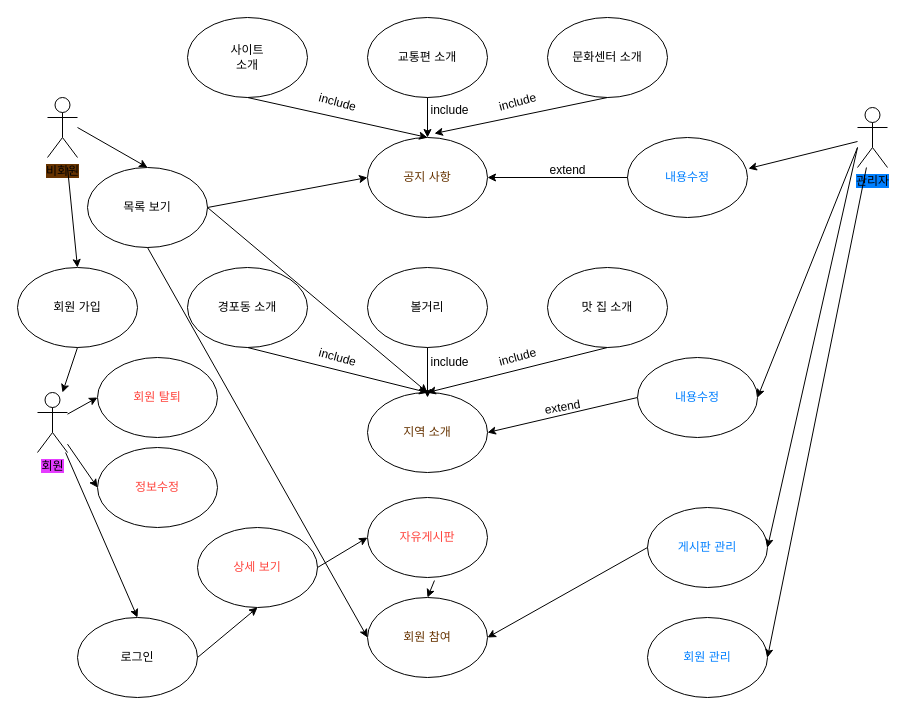
hololollo/pro01 keeps this draw.io diagram as design/usecase.drawio. Above is the earlier version. Source tidied: cells renumbered, new cells numbered last; positions are measured from the earlier drawing's top-left corner, leaving out a move shared by most shapes. Both pictures are drawn from the tidied source at 100%, with x=0, y=0 at pixel (17, 17).
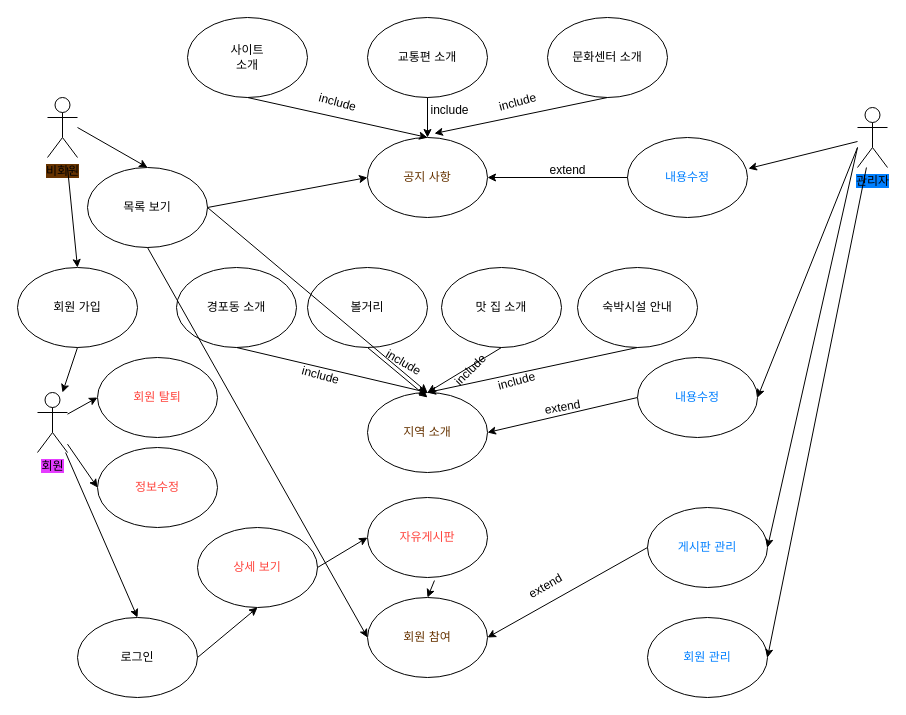
Above is the later version.

Unchanged cells that the change refers to:
```xml
<mxCell id="16" value="&lt;font color=&quot;#663300&quot;&gt;지역 소개&lt;/font&gt;" style="ellipse;whiteSpace=wrap;html=1;" parent="1" vertex="1">
  <mxGeometry x="350" y="375" width="120" height="80" as="geometry" />
</mxCell>
```

Change to the diagram source:
```diff
@@
     <mxCell id="17" value="경포동 소개" style="ellipse;whiteSpace=wrap;html=1;" parent="1" vertex="1">
-      <mxGeometry x="170" y="250" width="120" height="80" as="geometry" />
+      <mxGeometry x="159" y="250" width="120" height="80" as="geometry" />
     </mxCell>
     <mxCell id="18" value="볼거리" style="ellipse;whiteSpace=wrap;html=1;" parent="1" vertex="1">
-      <mxGeometry x="350" y="250" width="120" height="80" as="geometry" />
+      <mxGeometry x="290" y="250" width="120" height="80" as="geometry" />
     </mxCell>
     <mxCell id="19" value="맛 집 소개" style="ellipse;whiteSpace=wrap;html=1;" parent="1" vertex="1">
-      <mxGeometry x="530" y="250" width="120" height="80" as="geometry" />
+      <mxGeometry x="424" y="250" width="120" height="80" as="geometry" />
     </mxCell>
@@
-    <mxCell id="26" value="include" style="text;html=1;align=center;verticalAlign=middle;strokeColor=none;fillColor=none;rotation=-15;" parent="1" vertex="1">
-      <mxGeometry x="470" y="325" width="60" height="30" as="geometry" />
+    <mxCell id="26" value="include" style="text;html=1;align=center;verticalAlign=middle;strokeColor=none;fillColor=none;rotation=-45;" parent="1" vertex="1">
+      <mxGeometry x="423" y="338" width="60" height="30" as="geometry" />
     </mxCell>
     <mxCell id="27" value="include" style="text;html=1;align=center;verticalAlign=middle;strokeColor=none;fillColor=none;rotation=15;" parent="1" vertex="1">
-      <mxGeometry x="290" y="325" width="60" height="30" as="geometry" />
+      <mxGeometry x="273" y="343" width="60" height="30" as="geometry" />
     </mxCell>
-    <mxCell id="28" value="include" style="text;html=1;align=center;verticalAlign=middle;strokeColor=none;fillColor=none;" parent="1" vertex="1">
-      <mxGeometry x="402" y="330" width="60" height="30" as="geometry" />
+    <mxCell id="28" value="include" style="text;html=1;align=center;verticalAlign=middle;strokeColor=none;fillColor=none;rotation=30;" parent="1" vertex="1">
+      <mxGeometry x="356" y="330" width="60" height="30" as="geometry" />
     </mxCell>
@@
+    <mxCell id="58" value="숙박시설 안내" style="ellipse;whiteSpace=wrap;html=1;" parent="1" vertex="1">
+      <mxGeometry x="560" y="250" width="120" height="80" as="geometry" />
+    </mxCell>
+    <mxCell id="59" style="endArrow=classic;html=1;rounded=0;entryX=0.5;entryY=0;entryDx=0;entryDy=0;exitX=0.5;exitY=1;exitDx=0;exitDy=0;" parent="1" edge="1" source="58" target="16">
+      <mxGeometry relative="1" as="geometry" />
+    </mxCell>
+    <mxCell id="60" value="include" style="text;html=1;align=center;verticalAlign=middle;strokeColor=none;fillColor=none;rotation=-15;" parent="1" vertex="1">
+      <mxGeometry x="469" y="349" width="60" height="30" as="geometry" />
+    </mxCell>
+    <mxCell id="61" value="extend" style="text;html=1;align=center;verticalAlign=middle;strokeColor=none;fillColor=none;rotation=-30;" parent="1" vertex="1">
+      <mxGeometry x="498" y="554" width="60" height="30" as="geometry" />
+    </mxCell>
```
